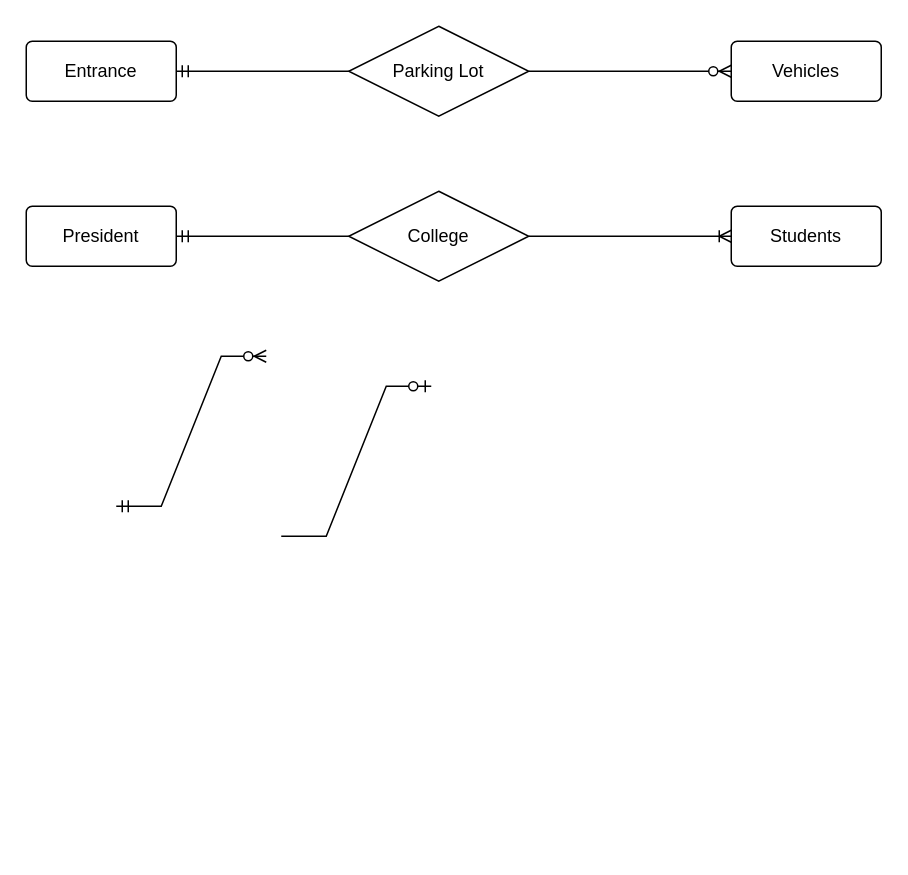
The draw.io diagram NSCC/Lab 8 Data Design.drawio in ObeeeWon/Diagrams, before the edit. Source tidied: cells renumbered, new cells numbered last; positions are measured from the earlier drawing's top-left corner, leaving out a move shared by most shapes. Both pictures are drawn from the tidied source at 150%, with x=0, y=0 at pixel (26, 26).
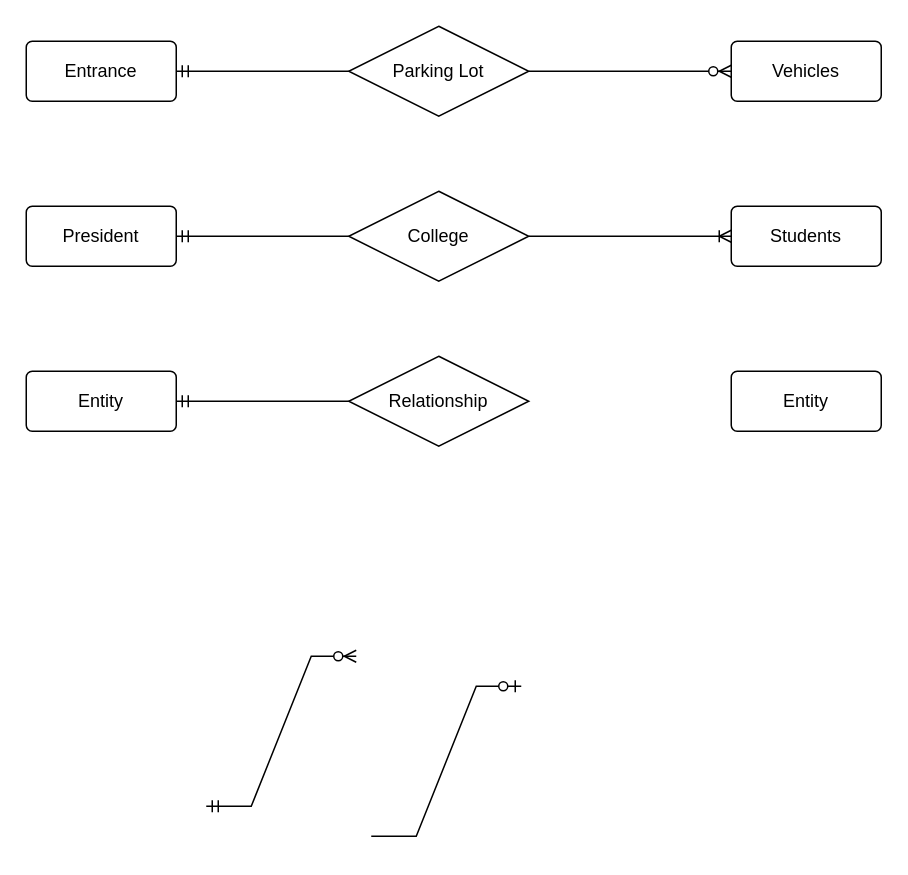
Above is the later version.

Diff of the diagram source:
```diff
@@
     <mxCell id="2" style="edgeStyle=entityRelationEdgeStyle;fontSize=12;html=1;endArrow=ERzeroToMany;startArrow=ERmandOne;rounded=0;" parent="1" edge="1">
       <mxGeometry relative="1" as="geometry">
-        <mxPoint x="60" y="320" as="sourcePoint" />
-        <mxPoint x="160" y="220" as="targetPoint" />
+        <mxPoint x="120" y="520" as="sourcePoint" />
+        <mxPoint x="220" y="420" as="targetPoint" />
       </mxGeometry>
     </mxCell>
@@
     <mxCell id="7" style="edgeStyle=entityRelationEdgeStyle;fontSize=12;html=1;endArrow=ERzeroToOne;endFill=1;rounded=0;" parent="1" edge="1">
       <mxGeometry relative="1" as="geometry">
-        <mxPoint x="170" y="340" as="sourcePoint" />
-        <mxPoint x="270" y="240" as="targetPoint" />
+        <mxPoint x="230" y="540" as="sourcePoint" />
+        <mxPoint x="330" y="440" as="targetPoint" />
       </mxGeometry>
     </mxCell>
@@
+    <mxCell id="14" value="Relationship" style="shape=rhombus;perimeter=rhombusPerimeter;whiteSpace=wrap;html=1;align=center;" parent="1" vertex="1">
+      <mxGeometry x="215" y="220" width="120" height="60" as="geometry" />
+    </mxCell>
+    <mxCell id="15" value="Entity" style="rounded=1;arcSize=10;whiteSpace=wrap;html=1;align=center;" parent="1" vertex="1">
+      <mxGeometry y="230" width="100" height="40" as="geometry" />
+    </mxCell>
+    <mxCell id="16" value="Entity" style="rounded=1;arcSize=10;whiteSpace=wrap;html=1;align=center;" parent="1" vertex="1">
+      <mxGeometry x="470" y="230" width="100" height="40" as="geometry" />
+    </mxCell>
+    <mxCell id="17" style="edgeStyle=entityRelationEdgeStyle;fontSize=12;html=1;endArrow=ERmandOne;rounded=0;entryX=1;entryY=0.5;entryDx=0;entryDy=0;exitX=0;exitY=0.5;exitDx=0;exitDy=0;" parent="1" edge="1" source="14" target="15">
+      <mxGeometry relative="1" as="geometry">
+        <Array as="points">
+          <mxPoint x="110" y="150" />
+        </Array>
+      </mxGeometry>
+    </mxCell>
```
